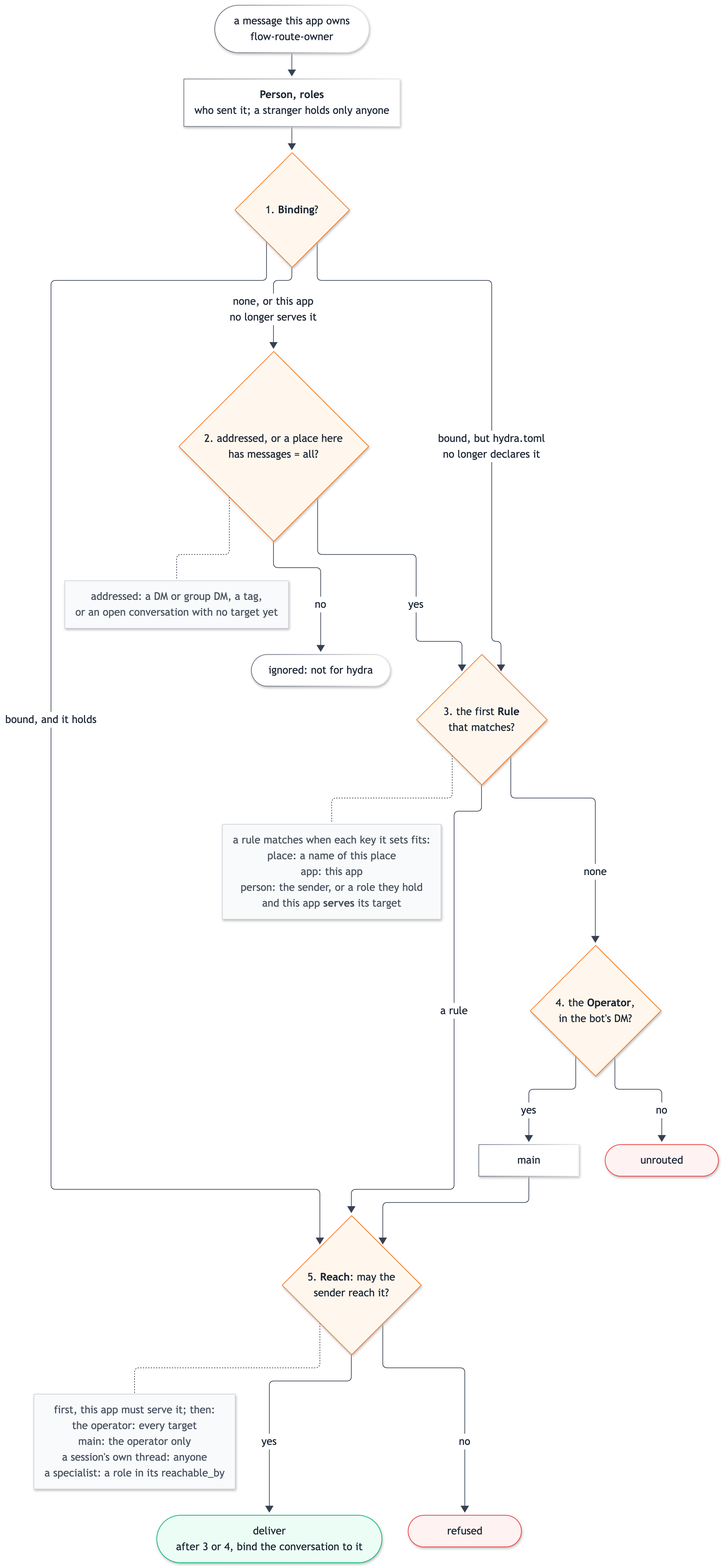
The Mermaid diagram diagrams/flow-route.png in sf8193/hydra, before a commit. Its source is kept beside it as diagrams/flow-route.mmd.
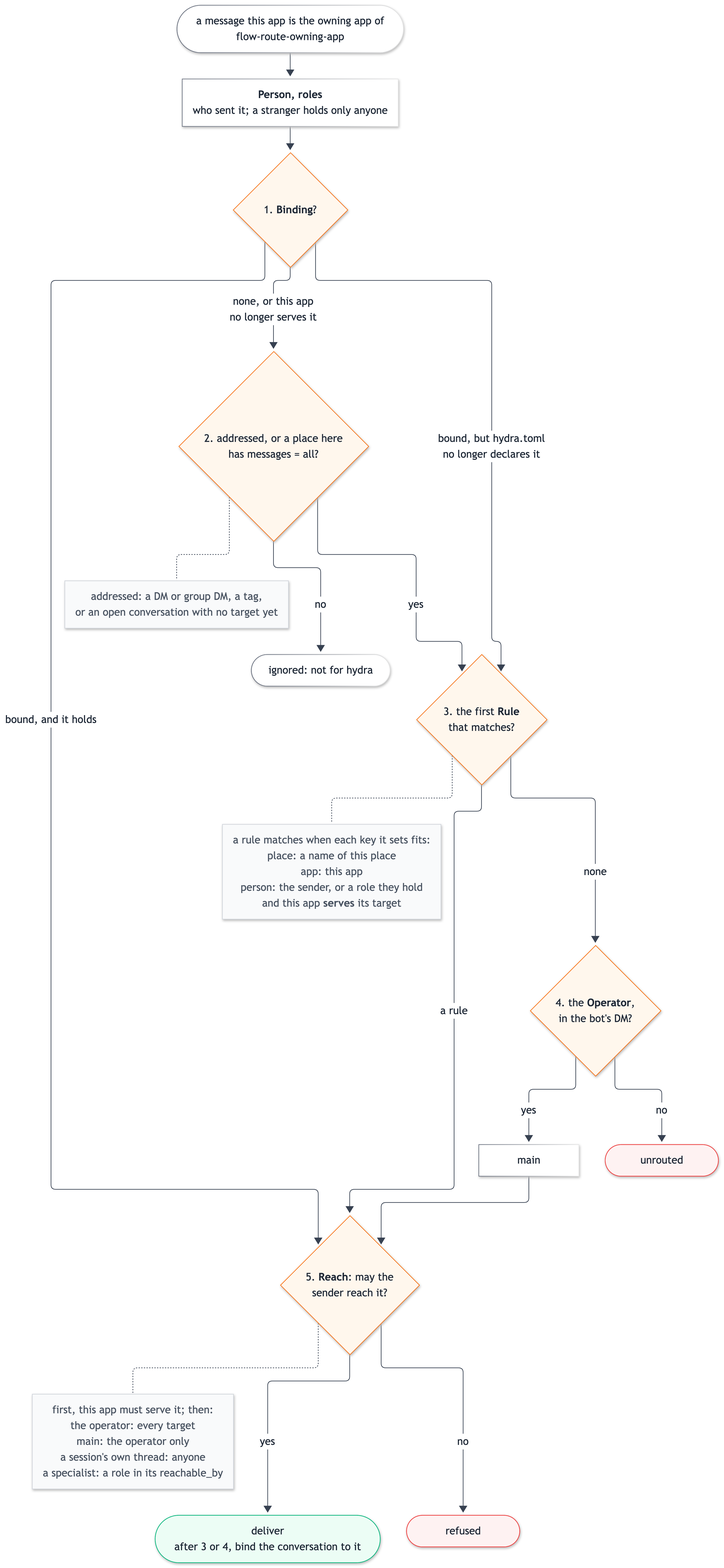
The same file after the commit.

The edit, as a diff of the source:
```diff
@@ -1,6 +1,6 @@
 %%{init: {"theme":"base","themeVariables":{"background":"#ffffff","primaryColor":"#ffffff","primaryBorderColor":"#6b7280","primaryTextColor":"#1f2937","lineColor":"#374151","clusterBkg":"#ffffff","clusterBorder":"#d1d5db"},"flowchart":{"wrappingWidth":420,"useMaxWidth":false}}}%%
 flowchart TD
-  in(["a message this app owns<br/>flow-route-owner"])
+  in(["a message this app is the owning app of<br/>flow-route-owning-app"])
   who["<b>Person, roles</b><br/>who sent it; a stranger holds only anyone"]
   g1{"1. <b>Binding</b>?"}
   g2{"2. addressed, or a place here<br/>has messages = all?"}
```
